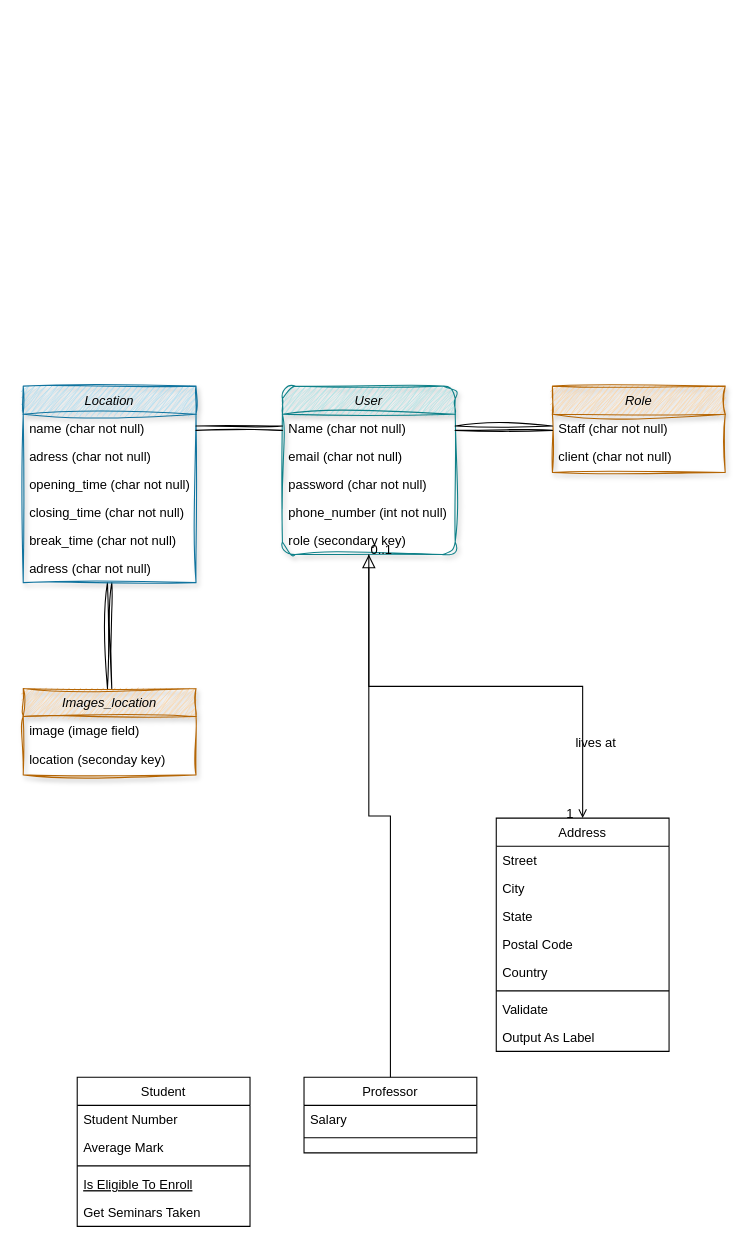
The draw.io diagram ClassDiagram.drawio in Linda0Sousa/RightTime, before the edit. Source tidied: cells renumbered, new cells numbered last; positions are measured from the earlier drawing's top-left corner, leaving out a move shared by most shapes. Both pictures are drawn from the tidied source at 108%, with x=0, y=0 at pixel (23, 386).
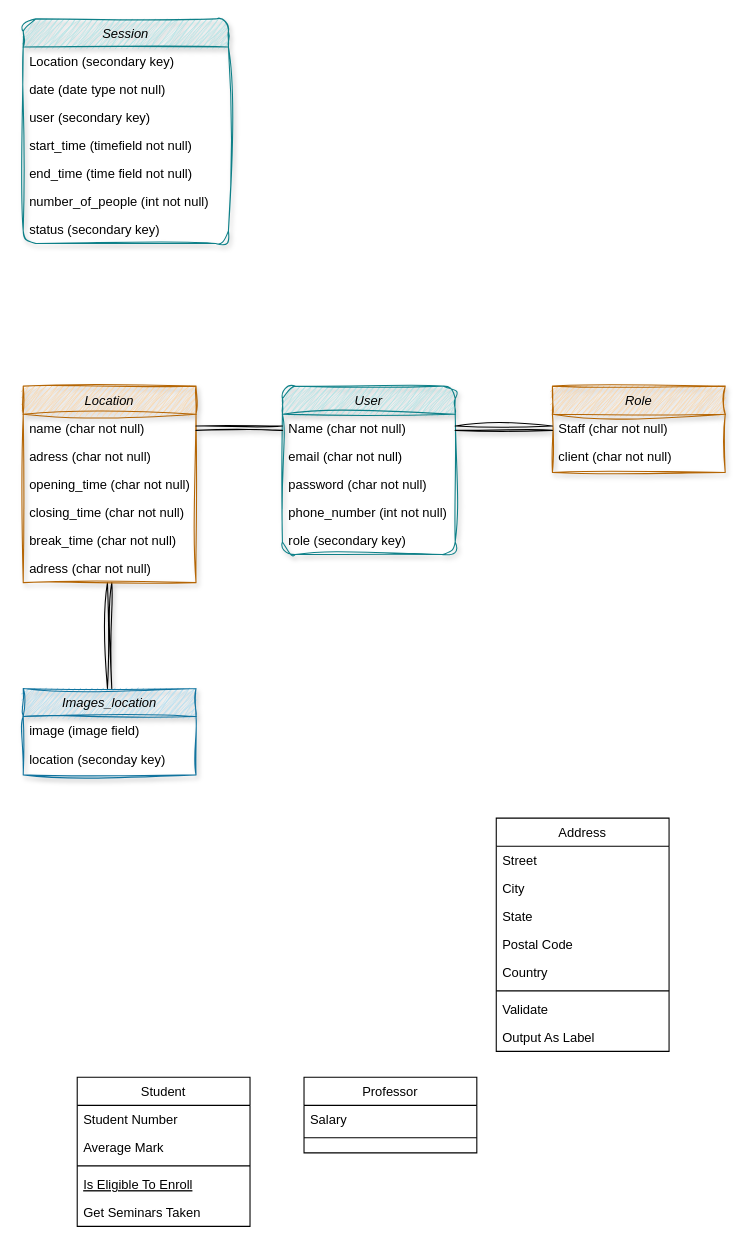
The same page after the edit.

The change refers to these unchanged cells:
```xml
<mxCell id="2" value="User" style="swimlane;fontStyle=2;align=center;verticalAlign=top;horizontal=1;startSize=26;rounded=1;shadow=1;strokeWidth=1;fillColor=#b0e3e6;strokeColor=#0e8088;gradientColor=none;fillStyle=zigzag;sketch=1;curveFitting=1;jiggle=2;glass=0;" parent="1" vertex="1">
  <mxGeometry x="240" width="160" height="156" as="geometry" />
</mxCell>
<mxCell id="3" value="Name (char not null)" style="text;align=left;verticalAlign=top;spacingLeft=4;spacingRight=4;overflow=hidden;points=[[0,0.5],[1,0.5]];portConstraint=eastwest;" parent="2" vertex="1">
  <mxGeometry y="26" width="160" height="26" as="geometry" />
</mxCell>
<mxCell id="14" value="Professor" style="swimlane;fontStyle=0;align=center;verticalAlign=top;horizontal=1;startSize=26;rounded=0;shadow=0;strokeWidth=1;" parent="1" vertex="1">
  <mxGeometry x="260" y="640" width="160" height="70" as="geometry" />
</mxCell>
<mxCell id="18" value="Address" style="swimlane;fontStyle=0;align=center;verticalAlign=top;horizontal=1;startSize=26;rounded=0;shadow=0;strokeWidth=1;" parent="1" vertex="1">
  <mxGeometry x="438" y="400" width="160" height="216" as="geometry" />
</mxCell>
<mxCell id="32" value="Staff (char not null)" style="text;align=left;verticalAlign=top;spacingLeft=4;spacingRight=4;overflow=hidden;points=[[0,0.5],[1,0.5]];portConstraint=eastwest;" parent="31" vertex="1">
  <mxGeometry y="26" width="160" height="26" as="geometry" />
</mxCell>
<mxCell id="37" value="name (char not null)" style="text;align=left;verticalAlign=top;spacingLeft=4;spacingRight=4;overflow=hidden;points=[[0,0.5],[1,0.5]];portConstraint=eastwest;" parent="36" vertex="1">
  <mxGeometry y="26" width="160" height="26" as="geometry" />
</mxCell>
```

Change to the diagram source:
```diff
@@
-    <mxCell id="17" style="endArrow=block;endSize=10;endFill=0;shadow=0;strokeWidth=1;rounded=0;curved=0;edgeStyle=elbowEdgeStyle;elbow=vertical;" parent="1" edge="1" source="14" target="2">
-      <mxGeometry relative="1" as="geometry" />
-    </mxCell>
@@
-    <mxCell id="27" style="endArrow=open;shadow=0;strokeWidth=1;rounded=0;curved=0;endFill=1;edgeStyle=elbowEdgeStyle;elbow=vertical;" parent="1" edge="1" source="2" target="18">
-      <mxGeometry x="0.5" y="41" relative="1" as="geometry">
-        <mxPoint x="-40" y="32" as="offset" />
-      </mxGeometry>
-    </mxCell>
-    <mxCell id="28" value="0..1" style="align=left;verticalAlign=bottom;labelBackgroundColor=none;fontSize=12;" parent="27" vertex="1">
-      <mxGeometry x="-1" relative="1" as="geometry">
-        <mxPoint y="4" as="offset" />
-      </mxGeometry>
-    </mxCell>
-    <mxCell id="29" value="1" style="align=right;verticalAlign=bottom;labelBackgroundColor=none;fontSize=12;" parent="27" vertex="1">
-      <mxGeometry x="1" relative="1" as="geometry">
-        <mxPoint x="-7" y="4" as="offset" />
-      </mxGeometry>
-    </mxCell>
-    <mxCell id="30" value="lives at" style="text;html=1;align=center;verticalAlign=middle;labelBackgroundColor=none;rounded=0;shadow=0;strokeWidth=1;fontSize=12;" parent="27" vertex="1">
-      <mxGeometry x="0.5" y="49" relative="1" as="geometry">
-        <mxPoint x="-38" y="40" as="offset" />
-      </mxGeometry>
-    </mxCell>
@@
-    <mxCell id="34" style="edgeStyle=orthogonalEdgeStyle;rounded=0;jettySize=auto;html=1;entryX=1;entryY=0.5;entryDx=0;entryDy=0;jumpStyle=sharp;sketch=1;curveFitting=1;jiggle=2;flowAnimation=0;shape=link;" parent="1" edge="1" source="32" target="3">
+    <mxCell id="34" style="edgeStyle=orthogonalEdgeStyle;rounded=0;jettySize=auto;html=1;entryX=1;entryY=0.5;entryDx=0;entryDy=0;jumpStyle=sharp;sketch=1;curveFitting=1;jiggle=2;flowAnimation=0;shape=link;shadow=1;" parent="1" edge="1" source="32" target="3">
       <mxGeometry relative="1" as="geometry" />
     </mxCell>
-    <mxCell id="35" style="edgeStyle=orthogonalEdgeStyle;rounded=0;jettySize=auto;html=1;sketch=1;curveFitting=1;jiggle=2;shape=link;" parent="1" edge="1" source="36" target="44">
+    <mxCell id="35" style="edgeStyle=orthogonalEdgeStyle;rounded=0;jettySize=auto;html=1;sketch=1;curveFitting=1;jiggle=2;shape=link;shadow=1;" parent="1" edge="1" source="36" target="44">
       <mxGeometry relative="1" as="geometry" />
     </mxCell>
-    <mxCell id="36" value="Location" style="swimlane;fontStyle=2;align=center;verticalAlign=top;horizontal=1;startSize=26;rounded=0;shadow=1;strokeWidth=1;fillColor=#b1ddf0;strokeColor=#10739e;fillStyle=zigzag;sketch=1;curveFitting=1;jiggle=2;" parent="1" vertex="1">
+    <mxCell id="36" value="Location" style="swimlane;fontStyle=2;align=center;verticalAlign=top;horizontal=1;startSize=26;rounded=0;shadow=1;strokeWidth=1;fillColor=#fad7ac;strokeColor=#b46504;fillStyle=zigzag;sketch=1;curveFitting=1;jiggle=2;" parent="1" vertex="1">
       <mxGeometry width="160" height="182" as="geometry" />
     </mxCell>
@@
-    <mxCell id="43" style="edgeStyle=orthogonalEdgeStyle;rounded=0;jettySize=auto;html=1;sketch=1;curveFitting=1;jiggle=2;shape=link;" parent="1" edge="1" source="3" target="37">
+    <mxCell id="43" style="edgeStyle=orthogonalEdgeStyle;rounded=0;jettySize=auto;html=1;sketch=1;curveFitting=1;jiggle=2;shape=link;shadow=1;" parent="1" edge="1" source="3" target="37">
       <mxGeometry relative="1" as="geometry" />
     </mxCell>
-    <mxCell id="44" value="Images_location" style="swimlane;fontStyle=2;align=center;verticalAlign=top;horizontal=1;startSize=26;rounded=0;shadow=1;strokeWidth=1;fillColor=#fad7ac;strokeColor=#b46504;fillStyle=zigzag;sketch=1;curveFitting=1;jiggle=2;" parent="1" vertex="1">
+    <mxCell id="44" value="Images_location" style="swimlane;fontStyle=2;align=center;verticalAlign=top;horizontal=1;startSize=26;rounded=0;shadow=1;strokeWidth=1;fillColor=#b1ddf0;strokeColor=#10739e;fillStyle=zigzag;sketch=1;curveFitting=1;jiggle=2;" parent="1" vertex="1">
       <mxGeometry y="280" width="160" height="80" as="geometry" />
     </mxCell>
-    <mxCell id="45" value="image (image field)" style="text;align=left;verticalAlign=top;spacingLeft=4;spacingRight=4;overflow=hidden;" parent="44" vertex="1">
+    <mxCell id="45" value="image (image field)" style="text;align=left;verticalAlign=top;spacingLeft=4;spacingRight=4;overflow=hidden;rounded=1;sketch=1;curveFitting=1;jiggle=2;shadow=1;" parent="44" vertex="1">
       <mxGeometry y="26" width="160" height="26" as="geometry" />
     </mxCell>
@@
+    <mxCell id="47" value="Session" style="swimlane;fontStyle=2;align=center;verticalAlign=top;horizontal=1;startSize=26;rounded=1;shadow=1;strokeWidth=1;fillColor=#b0e3e6;strokeColor=#0e8088;gradientColor=none;fillStyle=zigzag;sketch=1;curveFitting=1;jiggle=2;glass=0;" parent="1" vertex="1">
+      <mxGeometry y="-340" width="190" height="208" as="geometry" />
+    </mxCell>
+    <mxCell id="48" value="Location (secondary key)" style="text;align=left;verticalAlign=top;spacingLeft=4;spacingRight=4;overflow=hidden;" parent="47" vertex="1">
+      <mxGeometry y="26" width="190" height="26" as="geometry" />
+    </mxCell>
+    <mxCell id="49" value="date (date type not null)" style="text;align=left;verticalAlign=top;spacingLeft=4;spacingRight=4;overflow=hidden;rounded=0;shadow=0;html=0;" parent="47" vertex="1">
+      <mxGeometry y="52" width="190" height="26" as="geometry" />
+    </mxCell>
+    <mxCell id="50" value="user (secondary key)" style="text;align=left;verticalAlign=top;spacingLeft=4;spacingRight=4;overflow=hidden;rounded=0;shadow=0;html=0;" parent="47" vertex="1">
+      <mxGeometry y="78" width="190" height="26" as="geometry" />
+    </mxCell>
+    <mxCell id="51" value="start_time (timefield not null)" style="text;align=left;verticalAlign=top;spacingLeft=4;spacingRight=4;overflow=hidden;" parent="47" vertex="1">
+      <mxGeometry y="104" width="190" height="26" as="geometry" />
+    </mxCell>
+    <mxCell id="52" value="end_time (time field not null)" style="text;align=left;verticalAlign=top;spacingLeft=4;spacingRight=4;overflow=hidden;" parent="47" vertex="1">
+      <mxGeometry y="130" width="190" height="26" as="geometry" />
+    </mxCell>
+    <mxCell id="53" value="number_of_people (int not null)" style="text;align=left;verticalAlign=top;spacingLeft=4;spacingRight=4;overflow=hidden;" parent="47" vertex="1">
+      <mxGeometry y="156" width="190" height="26" as="geometry" />
+    </mxCell>
+    <mxCell id="54" value="status (secondary key)" style="text;align=left;verticalAlign=top;spacingLeft=4;spacingRight=4;overflow=hidden;" parent="47" vertex="1">
+      <mxGeometry y="182" width="190" height="26" as="geometry" />
+    </mxCell>
```
